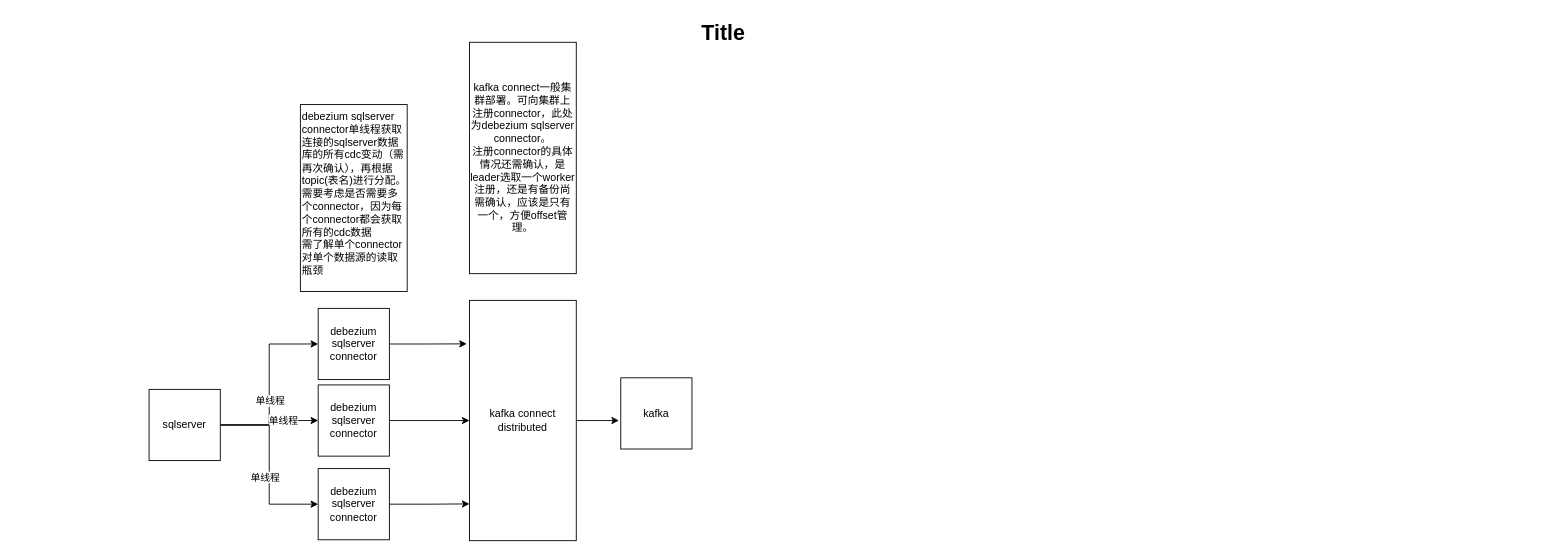
Before: 2021/Untitled Diagram.drawio in nanaliulei/studyPlan, a draw.io diagram. Source tidied: cells renumbered, new cells numbered last; positions are measured from the earlier drawing's top-left corner, leaving out a move shared by most shapes. Both pictures are drawn from the tidied source at 89%, with x=0, y=0 at pixel (15, 15).
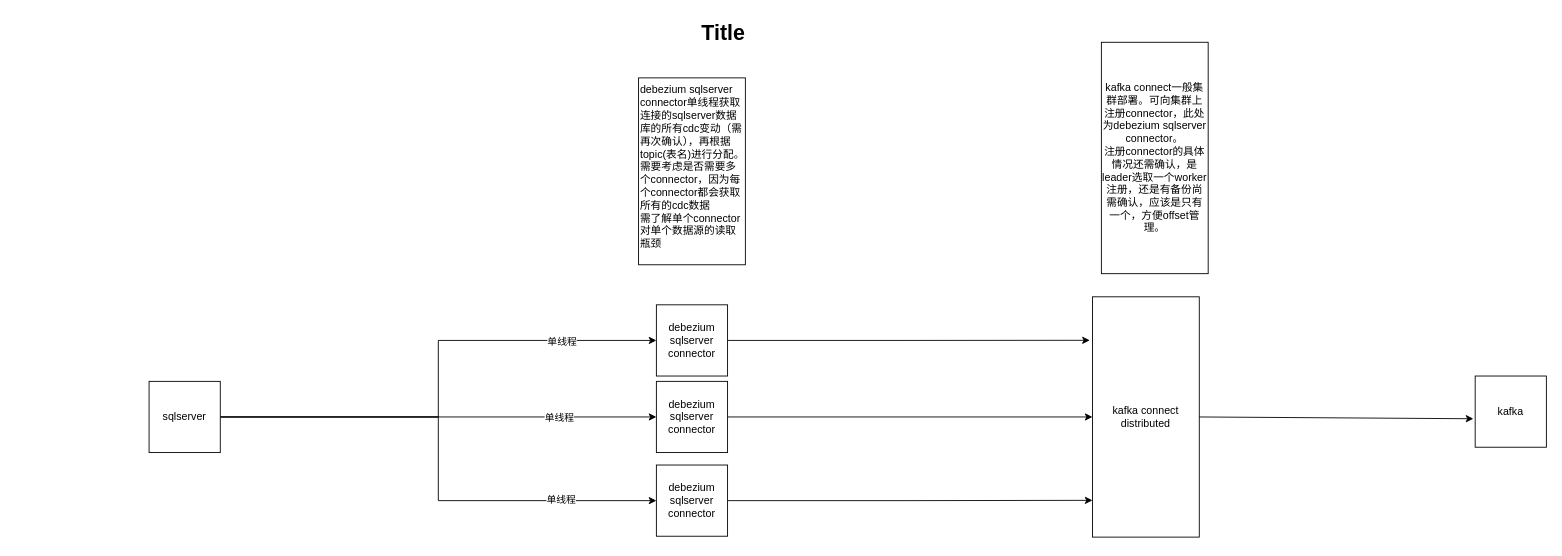
The same diagram, later.

Unchanged cells that the change refers to:
```xml
<mxCell id="4" style="edgeStyle=orthogonalEdgeStyle;rounded=0;jettySize=auto;html=1;exitX=1;exitY=0.5;exitDx=0;exitDy=0;entryX=0;entryY=0.5;entryDx=0;entryDy=0;" parent="1" edge="1" source="10" target="12">
  <mxGeometry relative="1" as="geometry" />
</mxCell>
<mxCell id="6" style="edgeStyle=orthogonalEdgeStyle;rounded=0;jettySize=auto;html=1;exitX=1;exitY=0.5;exitDx=0;exitDy=0;entryX=0;entryY=0.5;entryDx=0;entryDy=0;" parent="1" edge="1" source="10" target="14">
  <mxGeometry relative="1" as="geometry" />
</mxCell>
<mxCell id="8" style="edgeStyle=orthogonalEdgeStyle;rounded=0;jettySize=auto;html=1;exitX=1;exitY=0.5;exitDx=0;exitDy=0;entryX=0;entryY=0.5;entryDx=0;entryDy=0;" parent="1" edge="1" source="10" target="16">
  <mxGeometry relative="1" as="geometry" />
</mxCell>
```

The edit, as a diff of the source:
```diff
@@
     <mxCell id="2" value="debezium sqlserver connector单线程获取连接的sqlserver数据库的所有cdc变动（需再次确认），再根据topic(表名)进行分配。&lt;br&gt;需要考虑是否需要多个connector，因为每个connector都会获取所有的cdc数据&lt;br&gt;需了解单个connector对单个数据源的读取瓶颈" style="rounded=0;whiteSpace=wrap;html=1;gradientColor=none;align=left;verticalAlign=top;" parent="1" vertex="1">
-      <mxGeometry x="320" y="100" width="120" height="210" as="geometry" />
+      <mxGeometry x="700" y="70" width="120" height="210" as="geometry" />
     </mxCell>
@@
-    <mxCell id="5" value="单线程" style="edgeLabel;html=1;align=center;verticalAlign=middle;" parent="4" vertex="1">
-      <mxGeometry x="-0.17" relative="1" as="geometry" />
-    </mxCell>
+    <mxCell id="21" value="单线程" style="edgeLabel;html=1;align=center;verticalAlign=middle;" parent="4" vertex="1">
+      <mxGeometry x="0.63" y="-1" relative="1" as="geometry" />
+    </mxCell>
@@
     <mxCell id="7" value="单线程" style="edgeLabel;html=1;align=center;verticalAlign=middle;" parent="6" vertex="1">
-      <mxGeometry x="0.31" y="1" relative="1" as="geometry" />
+      <mxGeometry x="0.31" y="1" relative="1" as="geometry">
+        <mxPoint x="59" y="1" as="offset" />
+      </mxGeometry>
     </mxCell>
@@
-    <mxCell id="9" value="单线程&amp;nbsp;" style="edgeLabel;html=1;align=center;verticalAlign=middle;" parent="8" vertex="1">
-      <mxGeometry x="0.14" y="-4" relative="1" as="geometry" />
-    </mxCell>
+    <mxCell id="22" value="单线程" style="edgeLabel;html=1;align=center;verticalAlign=middle;" parent="8" vertex="1">
+      <mxGeometry x="0.63" y="2" relative="1" as="geometry" />
+    </mxCell>
     <mxCell id="10" value="sqlserver" style="whiteSpace=wrap;html=1;" parent="1" vertex="1">
-      <mxGeometry x="150" y="420" width="80" height="80" as="geometry" />
+      <mxGeometry x="150" y="411" width="80" height="80" as="geometry" />
     </mxCell>
@@
     <mxCell id="12" value="debezium sqlserver connector" style="whiteSpace=wrap;html=1;" parent="1" vertex="1">
-      <mxGeometry x="340" y="329" width="80" height="80" as="geometry" />
+      <mxGeometry x="720" y="325" width="80" height="80" as="geometry" />
     </mxCell>
@@
     <mxCell id="14" value="debezium sqlserver connector" style="whiteSpace=wrap;html=1;" parent="1" vertex="1">
-      <mxGeometry x="340" y="415" width="80" height="80" as="geometry" />
+      <mxGeometry x="720" y="411" width="80" height="80" as="geometry" />
     </mxCell>
@@
     <mxCell id="16" value="debezium sqlserver connector" style="whiteSpace=wrap;html=1;" parent="1" vertex="1">
-      <mxGeometry x="340" y="509" width="80" height="80" as="geometry" />
+      <mxGeometry x="720" y="505" width="80" height="80" as="geometry" />
     </mxCell>
     <mxCell id="17" value="kafka connect&lt;br&gt;distributed" style="rounded=0;whiteSpace=wrap;html=1;gradientColor=none;" parent="1" vertex="1">
-      <mxGeometry x="510" y="320" width="120" height="270" as="geometry" />
+      <mxGeometry x="1210" y="316" width="120" height="270" as="geometry" />
     </mxCell>
     <mxCell id="18" value="kafka" style="whiteSpace=wrap;html=1;gradientColor=none;" parent="1" vertex="1">
-      <mxGeometry x="680" y="407" width="80" height="80" as="geometry" />
+      <mxGeometry x="1640" y="405" width="80" height="80" as="geometry" />
     </mxCell>
@@
     <mxCell id="20" value="kafka connect一般集群部署。可向集群上注册connector，此处为debezium sqlserver connector。&lt;br&gt;注册connector的具体情况还需确认，是leader选取一个worker注册，还是有备份尚需确认，应该是只有一个，方便offset管理。" style="rounded=0;whiteSpace=wrap;html=1;gradientColor=none;" parent="1" vertex="1">
-      <mxGeometry x="510" y="30" width="120" height="260" as="geometry" />
+      <mxGeometry x="1220" y="30" width="120" height="260" as="geometry" />
     </mxCell>
```
